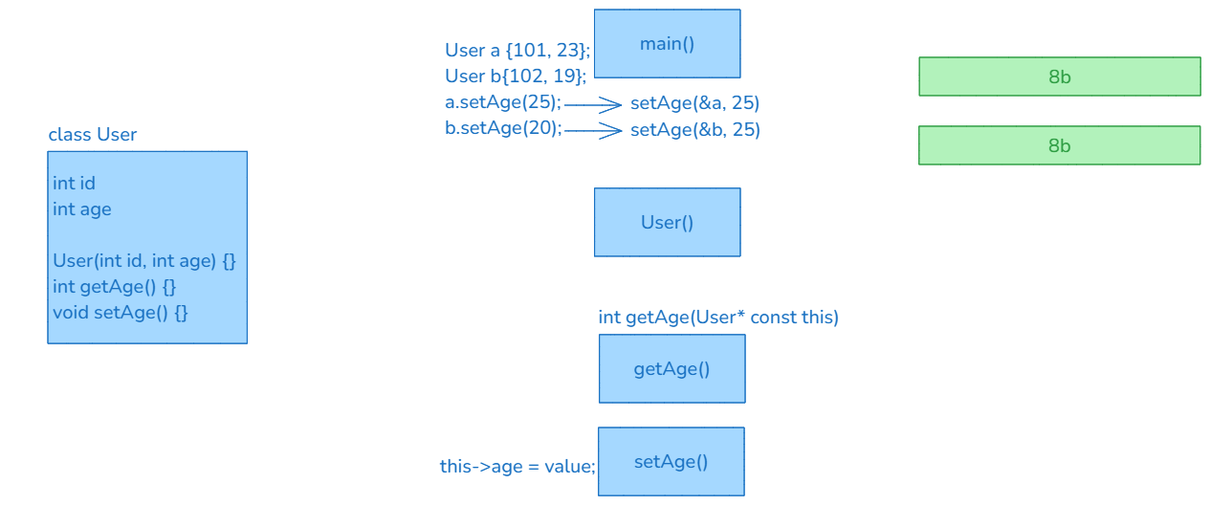
Earlier version of the Excalidraw export img/05.this.excalidraw.png (silvercodes/P42_cpp_oop). Source tidied: one line per element, renumbered; positions are measured from the earlier drawing's top-left corner, leaving out a move shared by most shapes. The source it was exported from:
```json
{"id": 0, "type": "rectangle", "strokeColor": "#1971c2", "backgroundColor": "#a5d8ff", "fillStyle": "solid", "strokeWidth": 1, "roughness": 0, "x": 0, "y": 148, "width": 208, "height": 201}
{"id": 1, "type": "text", "text": "int id\nint age\n\nUser(int id, int age) {}\nint getAge() {}\nvoid setAge() {}", "strokeColor": "#1971c2", "backgroundColor": "#a5d8ff", "fillStyle": "solid", "strokeWidth": 1, "roughness": 0, "fontSize": 20, "fontFamily": 6, "verticalAlign": "middle", "inside": 0, "x": 5, "y": 168, "width": 192, "height": 162}
{"id": 2, "type": "text", "text": "class User", "strokeColor": "#1971c2", "backgroundColor": "#a5d8ff", "fillStyle": "solid", "strokeWidth": 1, "roughness": 0, "fontSize": 20, "fontFamily": 6, "x": 0, "y": 117, "width": 93, "height": 27}
{"id": 3, "type": "text", "text": "User a {101, 23};\nUser b{102, 19};\na.setAge(25);\nb.setAge(20);", "strokeColor": "#1971c2", "backgroundColor": "#a5d8ff", "fillStyle": "solid", "strokeWidth": 1, "roughness": 0, "fontSize": 20, "fontFamily": 6, "x": 415, "y": 29, "width": 152, "height": 108}
{"id": 4, "type": "rectangle", "strokeColor": "#1971c2", "backgroundColor": "#a5d8ff", "fillStyle": "solid", "strokeWidth": 1, "roughness": 0, "x": 572, "y": 0, "width": 152, "height": 71}
{"id": 5, "type": "text", "text": "main()", "strokeColor": "#1971c2", "backgroundColor": "#a5d8ff", "fillStyle": "solid", "strokeWidth": 1, "roughness": 0, "fontSize": 20, "fontFamily": 6, "textAlign": "center", "verticalAlign": "middle", "inside": 4, "x": 619, "y": 22, "width": 58, "height": 27}
{"id": 6, "type": "rectangle", "strokeColor": "#1971c2", "backgroundColor": "#a5d8ff", "fillStyle": "solid", "strokeWidth": 1, "roughness": 0, "x": 572, "y": 187, "width": 152, "height": 71}
{"id": 7, "type": "text", "text": "User()", "strokeColor": "#1971c2", "backgroundColor": "#a5d8ff", "fillStyle": "solid", "strokeWidth": 1, "roughness": 0, "fontSize": 20, "fontFamily": 6, "textAlign": "center", "verticalAlign": "middle", "inside": 6, "x": 620, "y": 209, "width": 56, "height": 27}
{"id": 8, "type": "rectangle", "strokeColor": "#1971c2", "backgroundColor": "#a5d8ff", "fillStyle": "solid", "strokeWidth": 1, "roughness": 0, "x": 577, "y": 340, "width": 152, "height": 71}
{"id": 9, "type": "text", "text": "getAge()", "strokeColor": "#1971c2", "backgroundColor": "#a5d8ff", "fillStyle": "solid", "strokeWidth": 1, "roughness": 0, "fontSize": 20, "fontFamily": 6, "textAlign": "center", "verticalAlign": "middle", "inside": 8, "x": 613, "y": 362, "width": 80, "height": 27}
{"id": 10, "type": "rectangle", "strokeColor": "#1971c2", "backgroundColor": "#a5d8ff", "fillStyle": "solid", "strokeWidth": 1, "roughness": 0, "x": 576, "y": 437, "width": 152, "height": 71}
{"id": 11, "type": "text", "text": "setAge()", "strokeColor": "#1971c2", "backgroundColor": "#a5d8ff", "fillStyle": "solid", "strokeWidth": 1, "roughness": 0, "fontSize": 20, "fontFamily": 6, "textAlign": "center", "verticalAlign": "middle", "inside": 10, "x": 613, "y": 459, "width": 78, "height": 27}
{"id": 12, "type": "rectangle", "strokeColor": "#2f9e44", "backgroundColor": "#b2f2bb", "fillStyle": "solid", "strokeWidth": 1, "roughness": 0, "x": 911, "y": 50, "width": 294, "height": 40}
{"id": 13, "type": "text", "text": "8b", "strokeColor": "#2f9e44", "backgroundColor": "#b2f2bb", "fillStyle": "solid", "strokeWidth": 1, "roughness": 0, "fontSize": 20, "fontFamily": 6, "textAlign": "center", "verticalAlign": "middle", "inside": 12, "x": 1046, "y": 56, "width": 24, "height": 27}
{"id": 14, "type": "rectangle", "strokeColor": "#2f9e44", "backgroundColor": "#b2f2bb", "fillStyle": "solid", "strokeWidth": 1, "roughness": 0, "x": 911, "y": 122, "width": 294, "height": 40}
{"id": 15, "type": "text", "text": "8b", "strokeColor": "#2f9e44", "backgroundColor": "#b2f2bb", "fillStyle": "solid", "strokeWidth": 1, "roughness": 0, "fontSize": 20, "fontFamily": 6, "textAlign": "center", "verticalAlign": "middle", "inside": 14, "x": 1046, "y": 128, "width": 24, "height": 27}
{"id": 16, "type": "text", "text": "this->age = value;", "strokeColor": "#1971c2", "backgroundColor": "#b2f2bb", "fillStyle": "solid", "strokeWidth": 1, "roughness": 0, "fontSize": 20, "fontFamily": 6, "x": 410, "y": 464, "width": 163, "height": 27}
{"id": 17, "type": "text", "text": "int getAge(User* const this)", "strokeColor": "#1971c2", "backgroundColor": "#b2f2bb", "fillStyle": "solid", "strokeWidth": 1, "roughness": 0, "fontSize": 20, "fontFamily": 6, "x": 575, "y": 308, "width": 252, "height": 27}
{"id": 18, "type": "arrow", "strokeColor": "#1971c2", "backgroundColor": "#b2f2bb", "fillStyle": "solid", "strokeWidth": 1, "roughness": 0, "endArrowhead": "arrow", "round": true, "from": 3, "x": 540, "y": 100, "width": 59, "height": 0, "points": [[0, 0], [59, 0]]}
{"id": 19, "type": "text", "text": "setAge(&a, 25)", "strokeColor": "#1971c2", "backgroundColor": "#b2f2bb", "fillStyle": "solid", "strokeWidth": 1, "roughness": 0, "fontSize": 20, "fontFamily": 6, "x": 609, "y": 84, "width": 136, "height": 27}
{"id": 20, "type": "arrow", "strokeColor": "#1971c2", "backgroundColor": "#b2f2bb", "fillStyle": "solid", "strokeWidth": 1, "roughness": 0, "endArrowhead": "arrow", "round": true, "from": 3, "x": 541, "y": 127, "width": 59, "height": 0, "points": [[0, 0], [59, 0]]}
{"id": 21, "type": "text", "text": "setAge(&b, 25)", "strokeColor": "#1971c2", "backgroundColor": "#b2f2bb", "fillStyle": "solid", "strokeWidth": 1, "roughness": 0, "fontSize": 20, "fontFamily": 6, "x": 609, "y": 112, "width": 137, "height": 27}
```
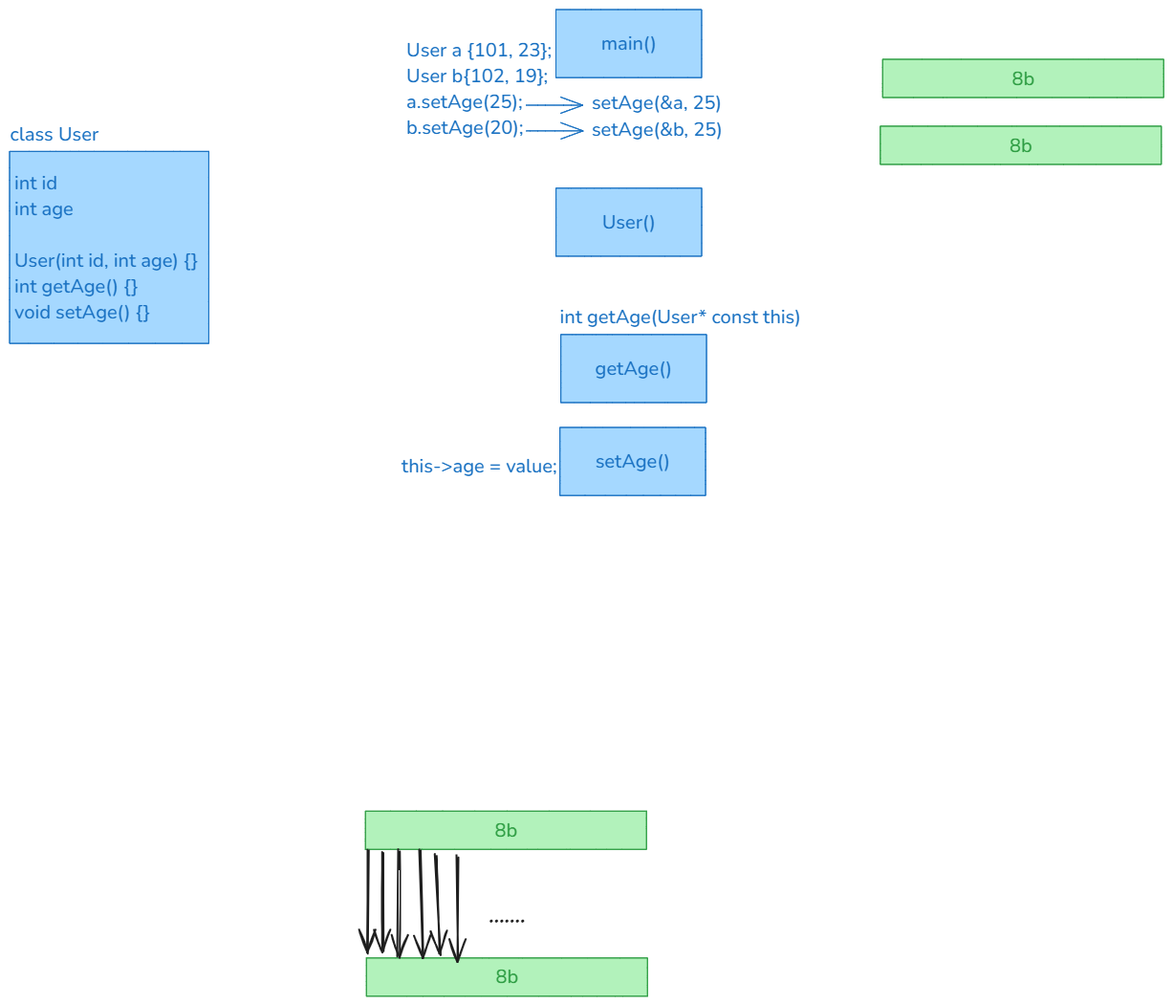
The same file after the commit.

Diff of the diagram source:
```diff
@@ -10,8 +10,8 @@
 {"id": 9, "type": "text", "text": "getAge()", "strokeColor": "#1971c2", "backgroundColor": "#a5d8ff", "fillStyle": "solid", "strokeWidth": 1, "roughness": 0, "fontSize": 20, "fontFamily": 6, "textAlign": "center", "verticalAlign": "middle", "inside": 8, "x": 613, "y": 362, "width": 80, "height": 27}
 {"id": 10, "type": "rectangle", "strokeColor": "#1971c2", "backgroundColor": "#a5d8ff", "fillStyle": "solid", "strokeWidth": 1, "roughness": 0, "x": 576, "y": 437, "width": 152, "height": 71}
 {"id": 11, "type": "text", "text": "setAge()", "strokeColor": "#1971c2", "backgroundColor": "#a5d8ff", "fillStyle": "solid", "strokeWidth": 1, "roughness": 0, "fontSize": 20, "fontFamily": 6, "textAlign": "center", "verticalAlign": "middle", "inside": 10, "x": 613, "y": 459, "width": 78, "height": 27}
-{"id": 12, "type": "rectangle", "strokeColor": "#2f9e44", "backgroundColor": "#b2f2bb", "fillStyle": "solid", "strokeWidth": 1, "roughness": 0, "x": 911, "y": 50, "width": 294, "height": 40}
-{"id": 13, "type": "text", "text": "8b", "strokeColor": "#2f9e44", "backgroundColor": "#b2f2bb", "fillStyle": "solid", "strokeWidth": 1, "roughness": 0, "fontSize": 20, "fontFamily": 6, "textAlign": "center", "verticalAlign": "middle", "inside": 12, "x": 1046, "y": 56, "width": 24, "height": 27}
+{"id": 22, "type": "rectangle", "strokeColor": "#2f9e44", "backgroundColor": "#b2f2bb", "fillStyle": "solid", "strokeWidth": 1, "roughness": 0, "x": 913, "y": 52, "width": 294, "height": 40}
+{"id": 23, "type": "text", "text": "8b", "strokeColor": "#2f9e44", "backgroundColor": "#b2f2bb", "fillStyle": "solid", "strokeWidth": 1, "roughness": 0, "fontSize": 20, "fontFamily": 6, "textAlign": "center", "verticalAlign": "middle", "inside": 22, "x": 1048, "y": 59, "width": 24, "height": 27}
 {"id": 14, "type": "rectangle", "strokeColor": "#2f9e44", "backgroundColor": "#b2f2bb", "fillStyle": "solid", "strokeWidth": 1, "roughness": 0, "x": 911, "y": 122, "width": 294, "height": 40}
 {"id": 15, "type": "text", "text": "8b", "strokeColor": "#2f9e44", "backgroundColor": "#b2f2bb", "fillStyle": "solid", "strokeWidth": 1, "roughness": 0, "fontSize": 20, "fontFamily": 6, "textAlign": "center", "verticalAlign": "middle", "inside": 14, "x": 1046, "y": 128, "width": 24, "height": 27}
 {"id": 16, "type": "text", "text": "this->age = value;", "strokeColor": "#1971c2", "backgroundColor": "#b2f2bb", "fillStyle": "solid", "strokeWidth": 1, "roughness": 0, "fontSize": 20, "fontFamily": 6, "x": 410, "y": 464, "width": 163, "height": 27}
@@ -20,3 +20,14 @@
 {"id": 19, "type": "text", "text": "setAge(&a, 25)", "strokeColor": "#1971c2", "backgroundColor": "#b2f2bb", "fillStyle": "solid", "strokeWidth": 1, "roughness": 0, "fontSize": 20, "fontFamily": 6, "x": 609, "y": 84, "width": 136, "height": 27}
 {"id": 20, "type": "arrow", "strokeColor": "#1971c2", "backgroundColor": "#b2f2bb", "fillStyle": "solid", "strokeWidth": 1, "roughness": 0, "endArrowhead": "arrow", "round": true, "from": 3, "x": 541, "y": 127, "width": 59, "height": 0, "points": [[0, 0], [59, 0]]}
 {"id": 21, "type": "text", "text": "setAge(&b, 25)", "strokeColor": "#1971c2", "backgroundColor": "#b2f2bb", "fillStyle": "solid", "strokeWidth": 1, "roughness": 0, "fontSize": 20, "fontFamily": 6, "x": 609, "y": 112, "width": 137, "height": 27}
+{"id": 24, "type": "rectangle", "strokeColor": "#2f9e44", "backgroundColor": "#b2f2bb", "fillStyle": "solid", "strokeWidth": 1, "roughness": 0, "x": 372, "y": 838, "width": 294, "height": 40}
+{"id": 25, "type": "text", "text": "8b", "strokeColor": "#2f9e44", "backgroundColor": "#b2f2bb", "fillStyle": "solid", "strokeWidth": 1, "roughness": 0, "fontSize": 20, "fontFamily": 6, "textAlign": "center", "verticalAlign": "middle", "inside": 24, "x": 507, "y": 845, "width": 24, "height": 27}
+{"id": 12, "type": "rectangle", "strokeColor": "#2f9e44", "backgroundColor": "#b2f2bb", "fillStyle": "solid", "strokeWidth": 1, "roughness": 0, "x": 373, "y": 992, "width": 294, "height": 40}
+{"id": 13, "type": "text", "text": "8b", "strokeColor": "#2f9e44", "backgroundColor": "#b2f2bb", "fillStyle": "solid", "strokeWidth": 1, "roughness": 0, "fontSize": 20, "fontFamily": 6, "textAlign": "center", "verticalAlign": "middle", "inside": 12, "x": 508, "y": 998, "width": 24, "height": 27}
+{"id": 26, "type": "arrow", "strokeColor": "#1e1e1e", "strokeWidth": 2, "roughness": 1, "endArrowhead": "arrow", "round": true, "from": 24, "to": 12, "x": 375, "y": 879, "width": 1, "height": 107, "points": [[0, 0], [-1, 107]]}
+{"id": 27, "type": "arrow", "strokeColor": "#1e1e1e", "strokeWidth": 2, "roughness": 1, "endArrowhead": "arrow", "round": true, "from": 24, "to": 12, "x": 391, "y": 882, "width": 1, "height": 103, "points": [[0, 0], [1, 103]]}
+{"id": 28, "type": "arrow", "strokeColor": "#1e1e1e", "strokeWidth": 2, "roughness": 1, "endArrowhead": "arrow", "round": true, "from": 24, "to": 12, "x": 407, "y": 879, "width": 1, "height": 112, "points": [[0, 0], [-1, 112]]}
+{"id": 29, "type": "arrow", "strokeColor": "#1e1e1e", "strokeWidth": 2, "roughness": 1, "endArrowhead": "arrow", "round": true, "from": 24, "to": 12, "x": 430, "y": 879, "width": 2, "height": 112, "points": [[0, 0], [2, 112]]}
+{"id": 30, "type": "arrow", "strokeColor": "#1e1e1e", "strokeWidth": 2, "roughness": 1, "endArrowhead": "arrow", "round": true, "from": 24, "to": 12, "x": 445, "y": 884, "width": 6, "height": 104, "points": [[0, 0], [6, 104]]}
+{"id": 31, "type": "arrow", "strokeColor": "#1e1e1e", "strokeWidth": 2, "roughness": 1, "endArrowhead": "arrow", "round": true, "from": 24, "x": 468, "y": 885, "width": 1, "height": 109, "points": [[0, 0], [1, 109]]}
+{"id": 32, "type": "text", "text": ".......", "strokeColor": "#1e1e1e", "strokeWidth": 2, "roughness": 1, "fontSize": 20, "fontFamily": 5, "x": 501, "y": 937, "width": 38, "height": 25}
```
